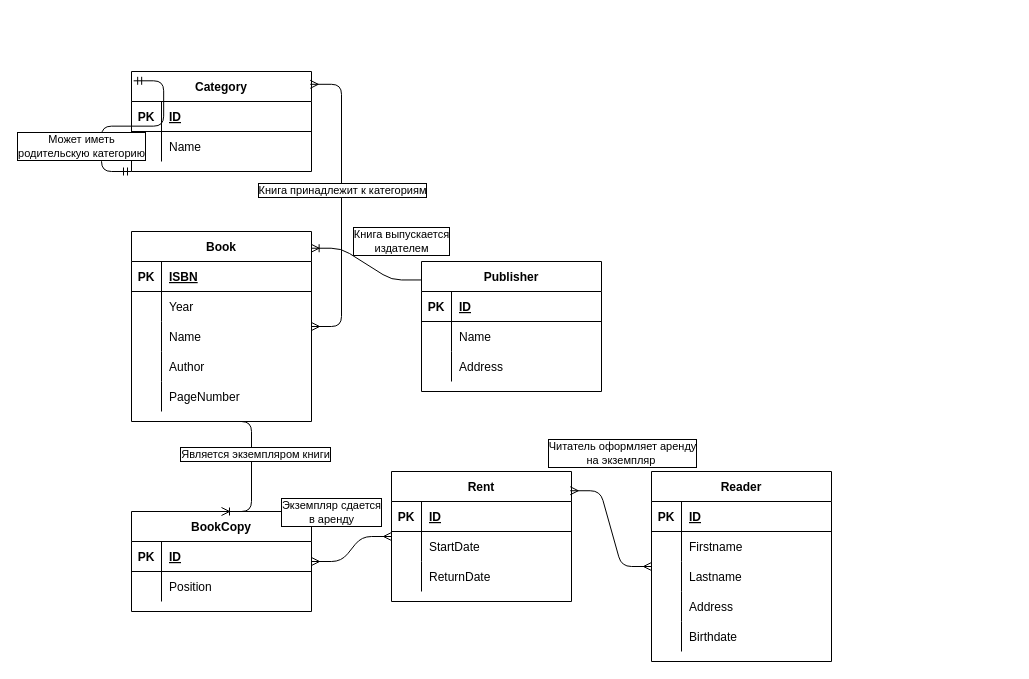
Before: Practice 2/Belovitsky/drawio/Task1_Library_ER.drawio in vbelovitsky/BD_B2019_PING_8, a draw.io diagram. Source tidied: cells renumbered, new cells numbered last; positions are measured from the earlier drawing's top-left corner, leaving out a move shared by most shapes. Both pictures are drawn from the tidied source at 100%, with x=0, y=0 at pixel (131, 71).
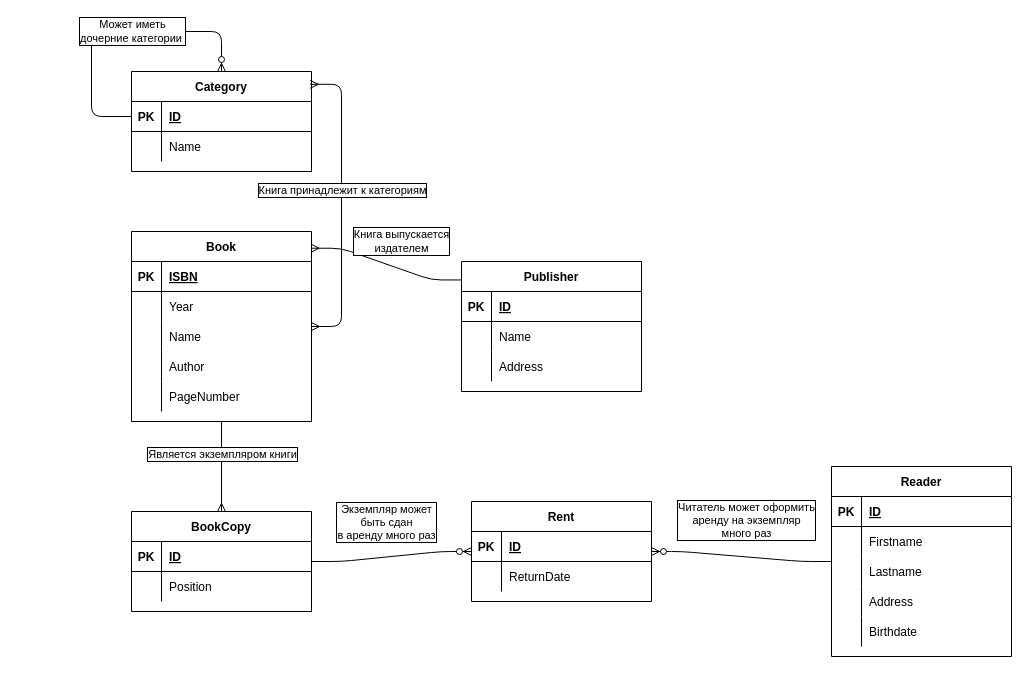
The same diagram, later.

Commit message (it also covers changes not shown here):
fix task 1: rent, categories

Unchanged cells that the change refers to:
```xml
<mxCell id="2" value="Book" style="shape=table;startSize=30;childLayout=tableLayout;rowLines=0;fontStyle=1;align=center;" parent="1" vertex="1">
  <mxGeometry y="160" width="180" height="190" as="geometry" />
</mxCell>
<mxCell id="18" value="BookCopy" style="shape=table;startSize=30;childLayout=tableLayout;rowLines=0;fontStyle=1;align=center;" parent="1" vertex="1">
  <mxGeometry y="440" width="180" height="100" as="geometry" />
</mxCell>
<mxCell id="35" value="Category" style="shape=table;startSize=30;childLayout=tableLayout;rowLines=0;fontStyle=1;align=center;" parent="1" vertex="1">
  <mxGeometry width="180" height="100" as="geometry" />
</mxCell>
<mxCell id="36" style="shape=partialRectangle;fillColor=none;top=0;left=0;bottom=1;right=0;points=[[0,0.5],[1,0.5]];portConstraint=eastwest;" parent="35" vertex="1">
  <mxGeometry y="30" width="180" height="30" as="geometry" />
</mxCell>
```

What changed in the source:
```diff
@@
     <mxCell id="25" value="Publisher" style="shape=table;startSize=30;childLayout=tableLayout;rowLines=0;fontStyle=1;align=center;" parent="1" vertex="1">
-      <mxGeometry x="290" y="190" width="180" height="130" as="geometry" />
+      <mxGeometry x="330" y="190" width="180" height="130" as="geometry" />
     </mxCell>
@@
-    <mxCell id="42" style="edgeStyle=entityRelationEdgeStyle;fontSize=12;html=1;endArrow=ERmandOne;startArrow=ERmandOne;exitX=0.012;exitY=0.093;exitDx=0;exitDy=0;exitPerimeter=0;" parent="35" edge="1" source="35">
-      <mxGeometry relative="1" as="geometry">
-        <mxPoint y="100" as="targetPoint" />
-      </mxGeometry>
-    </mxCell>
-    <mxCell id="43" value="Может иметь&lt;br&gt;родительскую категорию" style="edgeLabel;html=1;align=center;verticalAlign=middle;labelBorderColor=#000000;" parent="42" vertex="1">
-      <mxGeometry x="-0.22" relative="1" as="geometry">
-        <mxPoint x="-75" y="20" as="offset" />
-      </mxGeometry>
-    </mxCell>
+    <mxCell id="80" style="endArrow=ERzeroToMany;html=1;entryX=0.5;entryY=0;entryDx=0;entryDy=0;exitX=0;exitY=0.5;exitDx=0;exitDy=0;endFill=1;" parent="35" edge="1" source="36" target="35">
+      <mxGeometry relative="1" as="geometry">
+        <Array as="points">
+          <mxPoint x="-40" y="45" />
+          <mxPoint x="-40" y="-40" />
+          <mxPoint x="90" y="-40" />
+        </Array>
+      </mxGeometry>
+    </mxCell>
+    <mxCell id="81" value="Может иметь&lt;br&gt;дочерние категории&amp;nbsp;" style="edgeLabel;html=1;align=center;verticalAlign=middle;labelBorderColor=#000000;" parent="80" vertex="1">
+      <mxGeometry x="0.12" y="1" relative="1" as="geometry" />
+    </mxCell>
     <mxCell id="44" value="Reader" style="shape=table;startSize=30;childLayout=tableLayout;rowLines=0;fontStyle=1;align=center;" parent="1" vertex="1">
-      <mxGeometry x="520" y="400" width="180" height="190" as="geometry" />
+      <mxGeometry x="700" y="395" width="180" height="190" as="geometry" />
     </mxCell>
@@
     <mxCell id="60" value="Rent" style="shape=table;startSize=30;childLayout=tableLayout;rowLines=0;fontStyle=1;align=center;" parent="1" vertex="1">
-      <mxGeometry x="260" y="400" width="180" height="130" as="geometry" />
+      <mxGeometry x="340" y="430" width="180" height="100" as="geometry" />
     </mxCell>
@@
-    <mxCell id="64" style="shape=partialRectangle;fillColor=none;top=0;left=0;bottom=0;right=0;" parent="60" vertex="1">
-      <mxGeometry y="60" width="180" height="30" as="geometry" />
-    </mxCell>
-    <mxCell id="65" style="shape=partialRectangle;fillColor=none;top=0;left=0;bottom=0;right=0;overflow=hidden;" parent="64" vertex="1">
-      <mxGeometry width="30" height="30" as="geometry" />
-    </mxCell>
-    <mxCell id="66" value="StartDate" style="shape=partialRectangle;fillColor=none;top=0;left=0;bottom=0;right=0;align=left;spacingLeft=6;overflow=hidden;" parent="64" vertex="1">
-      <mxGeometry x="30" width="150" height="30" as="geometry" />
-    </mxCell>
     <mxCell id="67" style="shape=partialRectangle;fillColor=none;top=0;left=0;bottom=0;right=0;" parent="60" vertex="1">
-      <mxGeometry y="90" width="180" height="30" as="geometry" />
+      <mxGeometry y="60" width="180" height="30" as="geometry" />
     </mxCell>
@@
-    <mxCell id="70" style="edgeStyle=entityRelationEdgeStyle;fontSize=12;html=1;endArrow=ERoneToMany;entryX=0.998;entryY=0.088;entryDx=0;entryDy=0;entryPerimeter=0;exitX=0;exitY=0.142;exitDx=0;exitDy=0;exitPerimeter=0;" parent="1" edge="1" source="25" target="2">
+    <mxCell id="70" style="edgeStyle=entityRelationEdgeStyle;fontSize=12;html=1;endArrow=ERmany;entryX=0.998;entryY=0.088;entryDx=0;entryDy=0;entryPerimeter=0;exitX=0;exitY=0.142;exitDx=0;exitDy=0;exitPerimeter=0;endFill=0;" parent="1" edge="1" source="25" target="2">
       <mxGeometry relative="1" as="geometry" />
     </mxCell>
     <mxCell id="71" value="Книга выпускается&lt;br&gt;издателем" style="edgeLabel;html=1;align=center;verticalAlign=middle;labelBackgroundColor=#FFFFFF;labelBorderColor=#000000;" parent="70" vertex="1">
       <mxGeometry y="1" relative="1" as="geometry">
-        <mxPoint x="35" y="-24" as="offset" />
+        <mxPoint x="15" y="-24" as="offset" />
       </mxGeometry>
     </mxCell>
@@
-    <mxCell id="74" style="edgeStyle=entityRelationEdgeStyle;fontSize=12;html=1;endArrow=ERoneToMany;exitX=0.5;exitY=1;exitDx=0;exitDy=0;entryX=0.5;entryY=0;entryDx=0;entryDy=0;" parent="1" edge="1" source="2" target="18">
-      <mxGeometry relative="1" as="geometry" />
-    </mxCell>
-    <mxCell id="75" value="Является экземпляром книги" style="edgeLabel;html=1;align=center;verticalAlign=middle;labelBorderColor=#000000;" parent="74" vertex="1">
-      <mxGeometry x="-0.17" y="3" relative="1" as="geometry" />
-    </mxCell>
-    <mxCell id="76" style="edgeStyle=entityRelationEdgeStyle;fontSize=12;html=1;endArrow=ERmany;startArrow=ERmany;" parent="1" edge="1" source="18" target="60">
+    <mxCell id="76" style="edgeStyle=entityRelationEdgeStyle;fontSize=12;html=1;endArrow=ERzeroToMany;startArrow=none;startFill=0;endFill=1;" parent="1" edge="1" source="18" target="60">
       <mxGeometry relative="1" as="geometry" />
     </mxCell>
-    <mxCell id="77" value="Экземпляр сдается&lt;br&gt;в аренду" style="edgeLabel;html=1;align=center;verticalAlign=middle;labelBorderColor=#000000;" parent="76" vertex="1">
+    <mxCell id="77" value="Экземпляр может&lt;br&gt;быть сдан&lt;br&gt;в аренду много раз" style="edgeLabel;html=1;align=center;verticalAlign=middle;labelBorderColor=#000000;" parent="76" vertex="1">
       <mxGeometry x="-0.08" y="2" relative="1" as="geometry">
-        <mxPoint x="-16" y="-39" as="offset" />
+        <mxPoint x="1" y="-33" as="offset" />
       </mxGeometry>
     </mxCell>
-    <mxCell id="78" style="edgeStyle=entityRelationEdgeStyle;fontSize=12;html=1;endArrow=ERmany;startArrow=ERmany;exitX=0.993;exitY=0.148;exitDx=0;exitDy=0;exitPerimeter=0;" parent="1" edge="1" source="60" target="44">
+    <mxCell id="78" style="edgeStyle=entityRelationEdgeStyle;fontSize=12;html=1;endArrow=none;startArrow=ERzeroToMany;endFill=0;entryX=0;entryY=0.5;entryDx=0;entryDy=0;startFill=1;" parent="1" edge="1" source="60" target="44">
       <mxGeometry relative="1" as="geometry" />
     </mxCell>
-    <mxCell id="79" value="Читатель оформляет аренду&lt;br&gt;на экземпляр&amp;nbsp;" style="edgeLabel;html=1;align=center;verticalAlign=middle;labelBorderColor=#000000;" parent="78" vertex="1">
+    <mxCell id="79" value="Читатель может оформить&lt;br&gt;аренду на экземпляр &lt;br&gt;много раз" style="edgeLabel;html=1;align=center;verticalAlign=middle;labelBorderColor=#000000;" parent="78" vertex="1">
       <mxGeometry x="-0.17" y="3" relative="1" as="geometry">
-        <mxPoint x="11" y="-64" as="offset" />
+        <mxPoint x="19" y="-32" as="offset" />
       </mxGeometry>
     </mxCell>
+    <mxCell id="82" style="endArrow=none;html=1;entryX=0.5;entryY=1;entryDx=0;entryDy=0;exitX=0.5;exitY=0;exitDx=0;exitDy=0;startArrow=ERmany;startFill=0;" parent="1" edge="1" source="18" target="2">
+      <mxGeometry relative="1" as="geometry" />
+    </mxCell>
+    <mxCell id="75" value="Является экземпляром книги" style="edgeLabel;html=1;align=center;verticalAlign=middle;labelBorderColor=#000000;" parent="82" vertex="1">
+      <mxGeometry x="0.29" relative="1" as="geometry" />
+    </mxCell>
```
